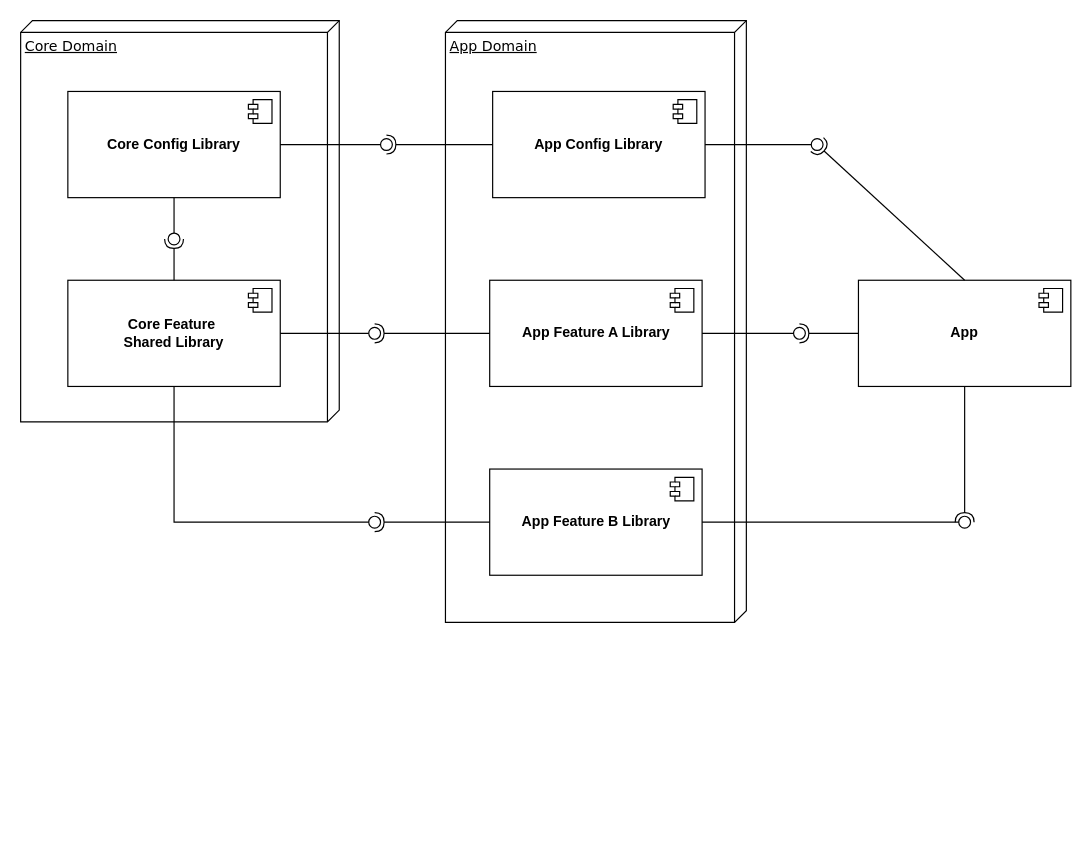
fadlurahmanfdev/draw_io keeps this draw.io diagram as Best Practice/monorepo-component-diagram-approach_type2.drawio. Above is the earlier version. Source tidied: cells renumbered, new cells numbered last; positions are measured from the earlier drawing's top-left corner, leaving out a move shared by most shapes. Both pictures are drawn from the tidied source at 118%, with x=0, y=0 at pixel (20, 20).
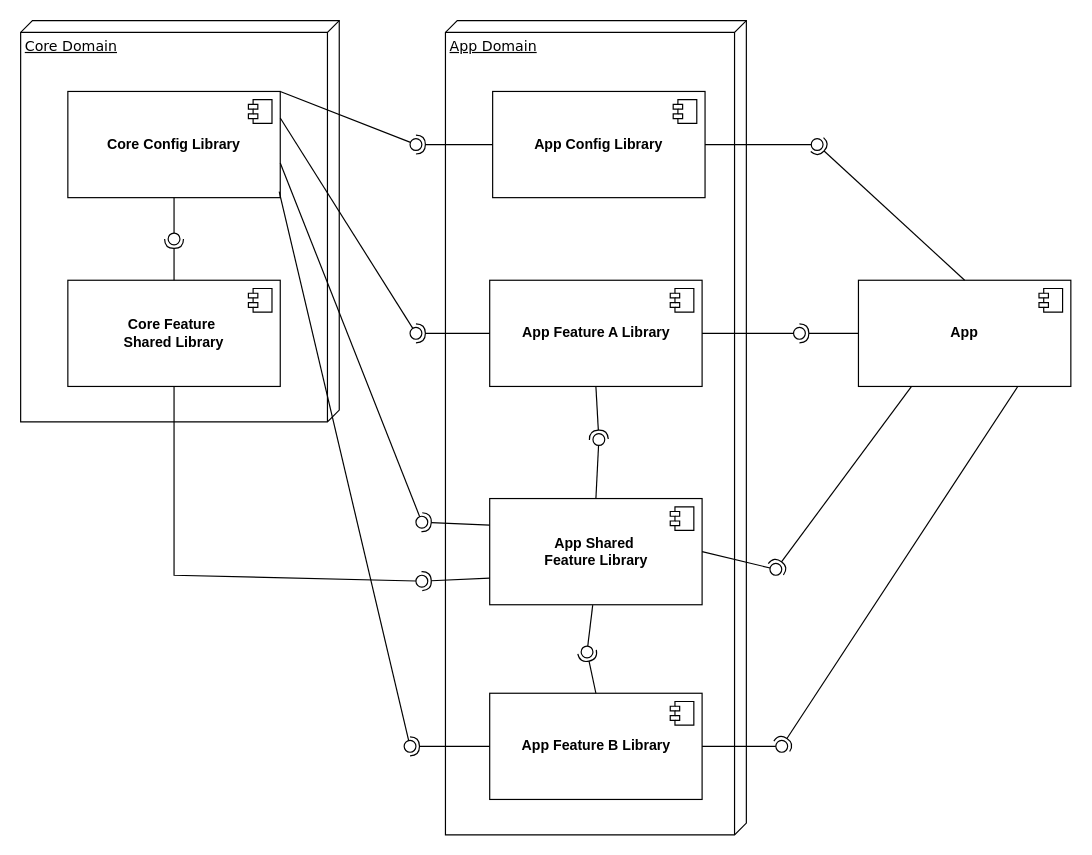
Above is the later version.

The change refers to these unchanged cells:
```xml
<mxCell id="3" value="&lt;b&gt;Core Config Library&lt;/b&gt;" style="html=1;whiteSpace=wrap;rotation=0;" parent="1" vertex="1">
  <mxGeometry x="40" y="60" width="180" height="90" as="geometry" />
</mxCell>
<mxCell id="5" value="&lt;b&gt;Core Feature&amp;nbsp;&lt;/b&gt;&lt;div&gt;&lt;b&gt;Shared Library&lt;/b&gt;&lt;/div&gt;" style="html=1;whiteSpace=wrap;" parent="1" vertex="1">
  <mxGeometry x="40" y="220" width="180" height="90" as="geometry" />
</mxCell>
<mxCell id="9" value="&lt;b&gt;App Feature A Library&lt;/b&gt;" style="html=1;whiteSpace=wrap;" parent="1" vertex="1">
  <mxGeometry x="397.5" y="220" width="180" height="90" as="geometry" />
</mxCell>
<mxCell id="14" value="&lt;b&gt;App&lt;/b&gt;" style="html=1;whiteSpace=wrap;" parent="1" vertex="1">
  <mxGeometry x="710" y="220" width="180" height="90" as="geometry" />
</mxCell>
<mxCell id="22" style="ellipse;whiteSpace=wrap;html=1;align=center;fillColor=none;strokeColor=none;perimeter=centerPerimeter;points=[];outlineConnect=1;rotation=-90;" parent="1" vertex="1">
  <mxGeometry x="795" y="420" width="10" height="10" as="geometry" />
</mxCell>
<mxCell id="28" style="ellipse;whiteSpace=wrap;html=1;align=center;fillColor=none;strokeColor=none;perimeter=centerPerimeter;points=[];outlineConnect=1;" parent="1" vertex="1">
  <mxGeometry x="295" y="260" width="10" height="10" as="geometry" />
</mxCell>
<mxCell id="31" style="ellipse;whiteSpace=wrap;html=1;align=center;fillColor=none;strokeColor=none;perimeter=centerPerimeter;points=[];outlineConnect=1;" parent="1" vertex="1">
  <mxGeometry x="295" y="420" width="10" height="10" as="geometry" />
</mxCell>
<mxCell id="36" value="&lt;b&gt;App Config Library&lt;/b&gt;" style="html=1;whiteSpace=wrap;rotation=0;" parent="1" vertex="1">
  <mxGeometry x="400" y="60" width="180" height="90" as="geometry" />
</mxCell>
<mxCell id="44" style="ellipse;whiteSpace=wrap;html=1;align=center;fillColor=none;strokeColor=none;perimeter=centerPerimeter;points=[];outlineConnect=1;" parent="1" vertex="1">
  <mxGeometry x="305" y="100" width="10" height="10" as="geometry" />
</mxCell>
```

The edit, as a diff of the source:
```diff
@@
     <mxCell id="8" value="App Domain" style="verticalAlign=top;align=left;spacingTop=8;spacingLeft=2;spacingRight=12;shape=cube;size=10;direction=south;fontStyle=4;html=1;rounded=0;shadow=0;comic=0;labelBackgroundColor=none;strokeWidth=1;fontFamily=Verdana;fontSize=12;" parent="1" vertex="1">
-      <mxGeometry x="360" width="255" height="510" as="geometry" />
+      <mxGeometry x="360" width="255" height="690" as="geometry" />
     </mxCell>
@@
     <mxCell id="12" value="&lt;b&gt;App Feature B Library&lt;/b&gt;" style="html=1;whiteSpace=wrap;" parent="1" vertex="1">
-      <mxGeometry x="397.5" y="380" width="180" height="90" as="geometry" />
+      <mxGeometry x="397.5" y="570" width="180" height="90" as="geometry" />
     </mxCell>
@@
-    <mxCell id="20" style="rounded=0;jettySize=auto;html=1;endArrow=halfCircle;endFill=0;endSize=6;strokeWidth=1;sketch=0;exitX=0.5;exitY=1;exitDx=0;exitDy=0;" parent="1" edge="1" source="14" target="22">
-      <mxGeometry relative="1" as="geometry" />
-    </mxCell>
-    <mxCell id="21" style="rounded=0;jettySize=auto;html=1;endArrow=oval;endFill=0;sketch=0;sourcePerimeterSpacing=0;targetPerimeterSpacing=0;endSize=10;exitX=1;exitY=0.5;exitDx=0;exitDy=0;" parent="1" edge="1" source="12" target="22">
-      <mxGeometry relative="1" as="geometry" />
-    </mxCell>
@@
-    <mxCell id="26" style="rounded=0;jettySize=auto;html=1;endArrow=halfCircle;endFill=0;endSize=6;strokeWidth=1;sketch=0;exitX=0;exitY=0.5;exitDx=0;exitDy=0;" parent="1" edge="1" source="9" target="28">
-      <mxGeometry relative="1" as="geometry" />
-    </mxCell>
-    <mxCell id="27" style="rounded=0;jettySize=auto;html=1;endArrow=oval;endFill=0;sketch=0;sourcePerimeterSpacing=0;targetPerimeterSpacing=0;endSize=10;exitX=1;exitY=0.5;exitDx=0;exitDy=0;" parent="1" edge="1" source="5" target="28">
-      <mxGeometry relative="1" as="geometry" />
-    </mxCell>
@@
-    <mxCell id="29" style="rounded=0;jettySize=auto;html=1;endArrow=halfCircle;endFill=0;endSize=6;strokeWidth=1;sketch=0;exitX=0;exitY=0.5;exitDx=0;exitDy=0;" parent="1" edge="1" source="12" target="31">
-      <mxGeometry relative="1" as="geometry" />
-    </mxCell>
-    <mxCell id="30" style="rounded=0;jettySize=auto;html=1;endArrow=oval;endFill=0;sketch=0;sourcePerimeterSpacing=0;targetPerimeterSpacing=0;endSize=10;exitX=0.5;exitY=1;exitDx=0;exitDy=0;" parent="1" edge="1" source="5" target="31">
-      <mxGeometry relative="1" as="geometry">
-        <Array as="points">
-          <mxPoint x="130" y="425" />
-        </Array>
-      </mxGeometry>
-    </mxCell>
@@
-    <mxCell id="41" style="ellipse;whiteSpace=wrap;html=1;align=center;fillColor=none;strokeColor=none;perimeter=centerPerimeter;" parent="1" vertex="1">
-      <mxGeometry x="310" y="200" width="10" height="10" as="geometry" />
-    </mxCell>
-    <mxCell id="42" style="rounded=0;jettySize=auto;html=1;endArrow=halfCircle;endFill=0;endSize=6;strokeWidth=1;sketch=0;exitX=0;exitY=0.5;exitDx=0;exitDy=0;" parent="1" edge="1" source="36" target="44">
-      <mxGeometry relative="1" as="geometry" />
-    </mxCell>
-    <mxCell id="43" style="rounded=0;jettySize=auto;html=1;endArrow=oval;endFill=0;sketch=0;sourcePerimeterSpacing=0;targetPerimeterSpacing=0;endSize=10;exitX=1;exitY=0.5;exitDx=0;exitDy=0;" parent="1" edge="1" source="3" target="44">
-      <mxGeometry relative="1" as="geometry" />
-    </mxCell>
@@
+    <mxCell id="55" value="&lt;b&gt;App Shared&amp;nbsp;&lt;/b&gt;&lt;div&gt;&lt;b&gt;Feature Library&lt;/b&gt;&lt;/div&gt;" style="html=1;whiteSpace=wrap;" parent="1" vertex="1">
+      <mxGeometry x="397.5" y="405" width="180" height="90" as="geometry" />
+    </mxCell>
+    <mxCell id="56" style="shape=module;jettyWidth=8;jettyHeight=4;" parent="55" vertex="1">
+      <mxGeometry x="1" width="20" height="20" relative="1" as="geometry">
+        <mxPoint x="-27" y="7" as="offset" />
+      </mxGeometry>
+    </mxCell>
+    <mxCell id="57" style="rounded=0;jettySize=auto;html=1;endArrow=halfCircle;endFill=0;endSize=6;strokeWidth=1;sketch=0;exitX=0.5;exitY=1;exitDx=0;exitDy=0;" parent="1" edge="1" source="9" target="59">
+      <mxGeometry relative="1" as="geometry" />
+    </mxCell>
+    <mxCell id="58" style="rounded=0;jettySize=auto;html=1;endArrow=oval;endFill=0;sketch=0;sourcePerimeterSpacing=0;targetPerimeterSpacing=0;endSize=10;exitX=0.5;exitY=0;exitDx=0;exitDy=0;" parent="1" edge="1" source="55" target="59">
+      <mxGeometry relative="1" as="geometry" />
+    </mxCell>
+    <mxCell id="59" style="ellipse;whiteSpace=wrap;html=1;align=center;fillColor=none;strokeColor=none;perimeter=centerPerimeter;points=[];outlineConnect=1;rotation=-90;" parent="1" vertex="1">
+      <mxGeometry x="485" y="350" width="10" height="10" as="geometry" />
+    </mxCell>
+    <mxCell id="60" style="rounded=0;jettySize=auto;html=1;endArrow=halfCircle;endFill=0;endSize=6;strokeWidth=1;sketch=0;exitX=0.5;exitY=0;exitDx=0;exitDy=0;" parent="1" edge="1" source="12" target="62">
+      <mxGeometry relative="1" as="geometry" />
+    </mxCell>
+    <mxCell id="61" style="rounded=0;jettySize=auto;html=1;endArrow=oval;endFill=0;sketch=0;sourcePerimeterSpacing=0;targetPerimeterSpacing=0;endSize=10;exitX=0.485;exitY=1.003;exitDx=0;exitDy=0;exitPerimeter=0;" parent="1" edge="1" source="55" target="62">
+      <mxGeometry relative="1" as="geometry" />
+    </mxCell>
+    <mxCell id="62" style="ellipse;whiteSpace=wrap;html=1;align=center;fillColor=none;strokeColor=none;perimeter=centerPerimeter;points=[];outlineConnect=1;rotation=90;" parent="1" vertex="1">
+      <mxGeometry x="475" y="530" width="10" height="10" as="geometry" />
+    </mxCell>
+    <mxCell id="41" style="ellipse;whiteSpace=wrap;html=1;align=center;fillColor=none;strokeColor=none;perimeter=centerPerimeter;" parent="1" vertex="1">
+      <mxGeometry x="325" y="620" width="10" height="10" as="geometry" />
+    </mxCell>
+    <mxCell id="63" style="rounded=0;jettySize=auto;html=1;endArrow=halfCircle;endFill=0;endSize=6;strokeWidth=1;sketch=0;exitX=0;exitY=0.5;exitDx=0;exitDy=0;" parent="1" edge="1" source="12" target="65">
+      <mxGeometry relative="1" as="geometry" />
+    </mxCell>
+    <mxCell id="64" style="rounded=0;jettySize=auto;html=1;endArrow=oval;endFill=0;sketch=0;sourcePerimeterSpacing=0;targetPerimeterSpacing=0;endSize=10;exitX=0.995;exitY=0.943;exitDx=0;exitDy=0;exitPerimeter=0;" parent="1" edge="1" source="3" target="65">
+      <mxGeometry relative="1" as="geometry" />
+    </mxCell>
+    <mxCell id="65" style="ellipse;whiteSpace=wrap;html=1;align=center;fillColor=none;strokeColor=none;perimeter=centerPerimeter;points=[];outlineConnect=1;" parent="1" vertex="1">
+      <mxGeometry x="325" y="610" width="10" height="10" as="geometry" />
+    </mxCell>
+    <mxCell id="66" style="ellipse;whiteSpace=wrap;html=1;align=center;fillColor=none;strokeColor=none;perimeter=centerPerimeter;" parent="1" vertex="1">
+      <mxGeometry x="330" y="450" width="10" height="10" as="geometry" />
+    </mxCell>
+    <mxCell id="67" style="rounded=0;jettySize=auto;html=1;endArrow=halfCircle;endFill=0;endSize=6;strokeWidth=1;sketch=0;exitX=0;exitY=0.5;exitDx=0;exitDy=0;" parent="1" edge="1" source="9" target="69">
+      <mxGeometry relative="1" as="geometry" />
+    </mxCell>
+    <mxCell id="68" style="rounded=0;jettySize=auto;html=1;endArrow=oval;endFill=0;sketch=0;sourcePerimeterSpacing=0;targetPerimeterSpacing=0;endSize=10;exitX=1;exitY=0.25;exitDx=0;exitDy=0;" parent="1" edge="1" source="3" target="69">
+      <mxGeometry relative="1" as="geometry" />
+    </mxCell>
+    <mxCell id="69" style="ellipse;whiteSpace=wrap;html=1;align=center;fillColor=none;strokeColor=none;perimeter=centerPerimeter;points=[];outlineConnect=1;" parent="1" vertex="1">
+      <mxGeometry x="330" y="260" width="10" height="10" as="geometry" />
+    </mxCell>
+    <mxCell id="70" style="rounded=0;jettySize=auto;html=1;endArrow=halfCircle;endFill=0;endSize=6;strokeWidth=1;sketch=0;exitX=0;exitY=0.5;exitDx=0;exitDy=0;" parent="1" edge="1" source="36" target="72">
+      <mxGeometry relative="1" as="geometry" />
+    </mxCell>
+    <mxCell id="71" style="rounded=0;jettySize=auto;html=1;endArrow=oval;endFill=0;sketch=0;sourcePerimeterSpacing=0;targetPerimeterSpacing=0;endSize=10;exitX=1;exitY=0;exitDx=0;exitDy=0;" parent="1" edge="1" source="3" target="72">
+      <mxGeometry relative="1" as="geometry" />
+    </mxCell>
+    <mxCell id="72" style="ellipse;whiteSpace=wrap;html=1;align=center;fillColor=none;strokeColor=none;perimeter=centerPerimeter;points=[];outlineConnect=1;" parent="1" vertex="1">
+      <mxGeometry x="330" y="100" width="10" height="10" as="geometry" />
+    </mxCell>
+    <mxCell id="73" style="rounded=0;jettySize=auto;html=1;endArrow=halfCircle;endFill=0;endSize=6;strokeWidth=1;sketch=0;exitX=0;exitY=0.75;exitDx=0;exitDy=0;" parent="1" edge="1" source="55" target="75">
+      <mxGeometry relative="1" as="geometry" />
+    </mxCell>
+    <mxCell id="74" style="rounded=0;jettySize=auto;html=1;endArrow=oval;endFill=0;sketch=0;sourcePerimeterSpacing=0;targetPerimeterSpacing=0;endSize=10;exitX=0.5;exitY=1;exitDx=0;exitDy=0;" parent="1" edge="1" source="5" target="75">
+      <mxGeometry relative="1" as="geometry">
+        <Array as="points">
+          <mxPoint x="130" y="470" />
+        </Array>
+      </mxGeometry>
+    </mxCell>
+    <mxCell id="75" style="ellipse;whiteSpace=wrap;html=1;align=center;fillColor=none;strokeColor=none;perimeter=centerPerimeter;points=[];outlineConnect=1;" parent="1" vertex="1">
+      <mxGeometry x="335" y="470" width="10" height="10" as="geometry" />
+    </mxCell>
+    <mxCell id="76" style="rounded=0;jettySize=auto;html=1;endArrow=halfCircle;endFill=0;endSize=6;strokeWidth=1;sketch=0;exitX=0;exitY=0.25;exitDx=0;exitDy=0;" parent="1" edge="1" source="55" target="78">
+      <mxGeometry relative="1" as="geometry" />
+    </mxCell>
+    <mxCell id="77" style="rounded=0;jettySize=auto;html=1;endArrow=oval;endFill=0;sketch=0;sourcePerimeterSpacing=0;targetPerimeterSpacing=0;endSize=10;exitX=1;exitY=0.673;exitDx=0;exitDy=0;exitPerimeter=0;" parent="1" edge="1" source="3" target="78">
+      <mxGeometry relative="1" as="geometry" />
+    </mxCell>
+    <mxCell id="78" style="ellipse;whiteSpace=wrap;html=1;align=center;fillColor=none;strokeColor=none;perimeter=centerPerimeter;points=[];outlineConnect=1;" parent="1" vertex="1">
+      <mxGeometry x="335" y="420" width="10" height="10" as="geometry" />
+    </mxCell>
+    <mxCell id="79" style="ellipse;whiteSpace=wrap;html=1;align=center;fillColor=none;strokeColor=none;perimeter=centerPerimeter;" parent="1" vertex="1">
+      <mxGeometry x="660" y="450" width="10" height="10" as="geometry" />
+    </mxCell>
+    <mxCell id="80" style="rounded=0;jettySize=auto;html=1;endArrow=halfCircle;endFill=0;endSize=6;strokeWidth=1;sketch=0;exitX=0.75;exitY=1;exitDx=0;exitDy=0;" parent="1" edge="1" source="14" target="82">
+      <mxGeometry relative="1" as="geometry" />
+    </mxCell>
+    <mxCell id="81" style="rounded=0;jettySize=auto;html=1;endArrow=oval;endFill=0;sketch=0;sourcePerimeterSpacing=0;targetPerimeterSpacing=0;endSize=10;exitX=1;exitY=0.5;exitDx=0;exitDy=0;" parent="1" edge="1" source="12" target="82">
+      <mxGeometry relative="1" as="geometry" />
+    </mxCell>
+    <mxCell id="82" style="ellipse;whiteSpace=wrap;html=1;align=center;fillColor=none;strokeColor=none;perimeter=centerPerimeter;points=[];outlineConnect=1;" parent="1" vertex="1">
+      <mxGeometry x="640" y="610" width="10" height="10" as="geometry" />
+    </mxCell>
+    <mxCell id="83" style="rounded=0;jettySize=auto;html=1;endArrow=halfCircle;endFill=0;endSize=6;strokeWidth=1;sketch=0;exitX=0.25;exitY=1;exitDx=0;exitDy=0;" parent="1" edge="1" source="14" target="85">
+      <mxGeometry relative="1" as="geometry" />
+    </mxCell>
+    <mxCell id="84" style="rounded=0;jettySize=auto;html=1;endArrow=oval;endFill=0;sketch=0;sourcePerimeterSpacing=0;targetPerimeterSpacing=0;endSize=10;exitX=1;exitY=0.5;exitDx=0;exitDy=0;" parent="1" edge="1" source="55" target="85">
+      <mxGeometry relative="1" as="geometry" />
+    </mxCell>
+    <mxCell id="85" style="ellipse;whiteSpace=wrap;html=1;align=center;fillColor=none;strokeColor=none;perimeter=centerPerimeter;points=[];outlineConnect=1;" parent="1" vertex="1">
+      <mxGeometry x="635" y="460" width="10" height="10" as="geometry" />
+    </mxCell>
```
